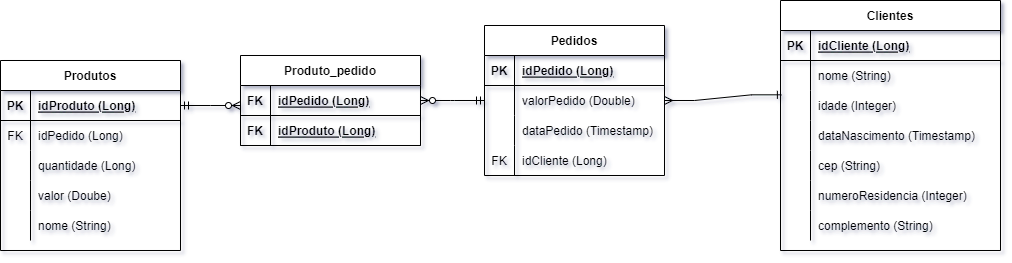
Before: Persistence/AvaliacaoFinal/img/MER_trabalho_final.png, a diagram exported from draw.io (caramujox/MBA_FSFIAP). Source tidied: cells renumbered, new cells last; positions are measured from the earlier drawing's top-left corner, leaving out a move shared by most shapes.
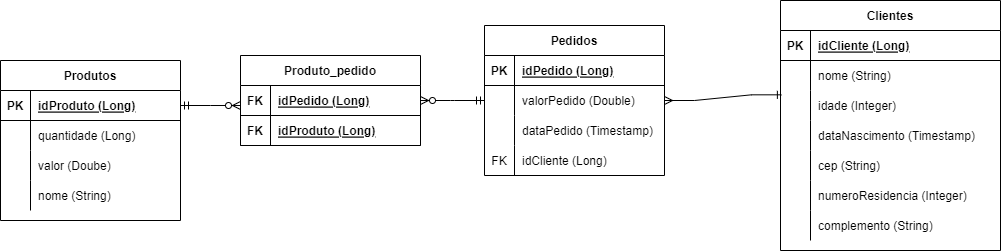
After the change.

What changed in the source:
```diff
@@ -3,7 +3,7 @@
     <mxCell id="0" />
     <mxCell id="1" parent="0" />
     <mxCell id="2" value="Produtos" style="shape=table;startSize=30;rowLines=0;fontStyle=1;align=center;" parent="1" vertex="1">
-      <mxGeometry y="60" width="180" height="190" as="geometry" />
+      <mxGeometry y="60" width="180" height="160" as="geometry" />
     </mxCell>
     <mxCell id="3" style="shape=tableRow;horizontal=0;startSize=0;swimlaneHead=0;swimlaneBody=0;fillColor=none;points=[[0,0.5],[1,0.5]];portConstraint=eastwest;top=0;left=0;right=0;bottom=1;" parent="2" vertex="1">
       <mxGeometry y="30" width="180" height="30" as="geometry" />
@@ -14,17 +14,8 @@
     <mxCell id="5" value="idProduto (Long)" style="shape=partialRectangle;fillColor=none;top=0;left=0;bottom=0;right=0;align=left;spacingLeft=6;fontStyle=5;overflow=hidden;" parent="3" vertex="1">
       <mxGeometry x="30" width="150" height="30" as="geometry" />
     </mxCell>
-    <mxCell id="6" style="shape=tableRow;horizontal=0;startSize=0;swimlaneHead=0;swimlaneBody=0;fillColor=none;top=0;left=0;right=0;bottom=0;" parent="2" vertex="1">
-      <mxGeometry y="60" width="180" height="30" as="geometry" />
-    </mxCell>
-    <mxCell id="7" value="FK" style="shape=partialRectangle;fillColor=none;top=0;left=0;bottom=0;right=0;overflow=hidden;" parent="6" vertex="1">
-      <mxGeometry width="30" height="30" as="geometry" />
-    </mxCell>
-    <mxCell id="8" value="idPedido (Long)" style="shape=partialRectangle;fillColor=none;top=0;left=0;bottom=0;right=0;align=left;spacingLeft=6;overflow=hidden;" parent="6" vertex="1">
-      <mxGeometry x="30" width="150" height="30" as="geometry" />
-    </mxCell>
     <mxCell id="9" style="shape=tableRow;horizontal=0;startSize=0;swimlaneHead=0;swimlaneBody=0;fillColor=none;top=0;left=0;right=0;bottom=0;" parent="2" vertex="1">
-      <mxGeometry y="90" width="180" height="30" as="geometry" />
+      <mxGeometry y="60" width="180" height="30" as="geometry" />
     </mxCell>
     <mxCell id="10" style="shape=partialRectangle;fillColor=none;top=0;left=0;bottom=0;right=0;overflow=hidden;" parent="9" vertex="1">
       <mxGeometry width="30" height="30" as="geometry" />
@@ -33,7 +24,7 @@
       <mxGeometry x="30" width="150" height="30" as="geometry" />
     </mxCell>
     <mxCell id="12" style="shape=tableRow;horizontal=0;startSize=0;swimlaneHead=0;swimlaneBody=0;fillColor=none;top=0;left=0;right=0;bottom=0;" parent="2" vertex="1">
-      <mxGeometry y="120" width="180" height="30" as="geometry" />
+      <mxGeometry y="90" width="180" height="30" as="geometry" />
     </mxCell>
     <mxCell id="13" style="shape=partialRectangle;fillColor=none;top=0;left=0;bottom=0;right=0;overflow=hidden;" parent="12" vertex="1">
       <mxGeometry width="30" height="30" as="geometry" />
@@ -42,7 +33,7 @@
       <mxGeometry x="30" width="150" height="30" as="geometry" />
     </mxCell>
     <mxCell id="15" style="shape=tableRow;horizontal=0;startSize=0;swimlaneHead=0;swimlaneBody=0;fillColor=none;top=0;left=0;right=0;bottom=0;" parent="2" vertex="1">
-      <mxGeometry y="150" width="180" height="30" as="geometry" />
+      <mxGeometry y="120" width="180" height="30" as="geometry" />
     </mxCell>
     <mxCell id="16" style="shape=partialRectangle;fillColor=none;top=0;left=0;bottom=0;right=0;overflow=hidden;" parent="15" vertex="1">
       <mxGeometry width="30" height="30" as="geometry" />
```
